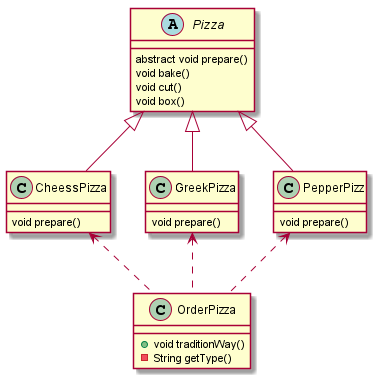
The PlantUML diagram docs/设计模式/工厂模式/img/传统方式.png in en-hui/en-hui, before a commit.
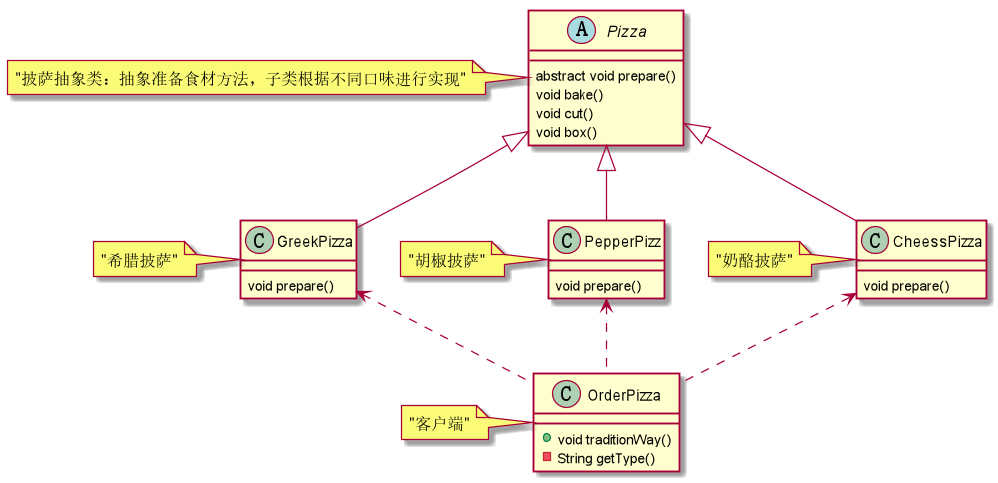
The same file after the commit.

Change to the diagram source:
```diff
@@ -29,5 +29,9 @@
 CheessPizza <.. OrderPizza
 GreekPizza <.. OrderPizza
 PepperPizz <.. OrderPizza
-
+note left of Pizza : "披萨抽象类：抽象准备食材方法，子类根据不同口味进行实现"
+note left of CheessPizza : "奶酪披萨"
+note left of GreekPizza : "希腊披萨"
+note left of PepperPizz : "胡椒披萨"
+note left of OrderPizza : "客户端"
 @enduml
```
